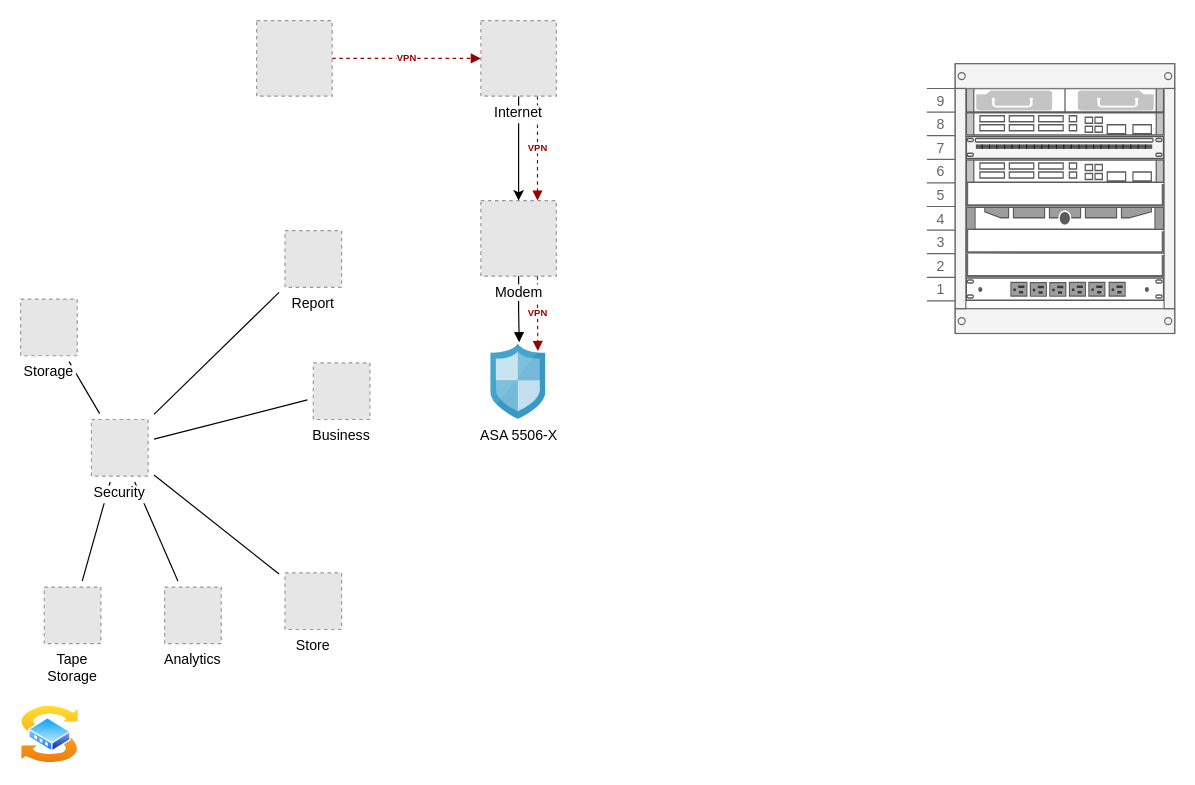
Before: Untitled Diagram.drawio in trae-horton/SOAR, a draw.io diagram. Source tidied: cells renumbered, new cells numbered last; positions are measured from the earlier drawing's top-left corner, leaving out a move shared by most shapes. Both pictures are drawn from the tidied source at 118%, with x=0, y=0 at pixel (20, 20). Pictures stored in the file or linked from it are replaced by grey dashed boxes.
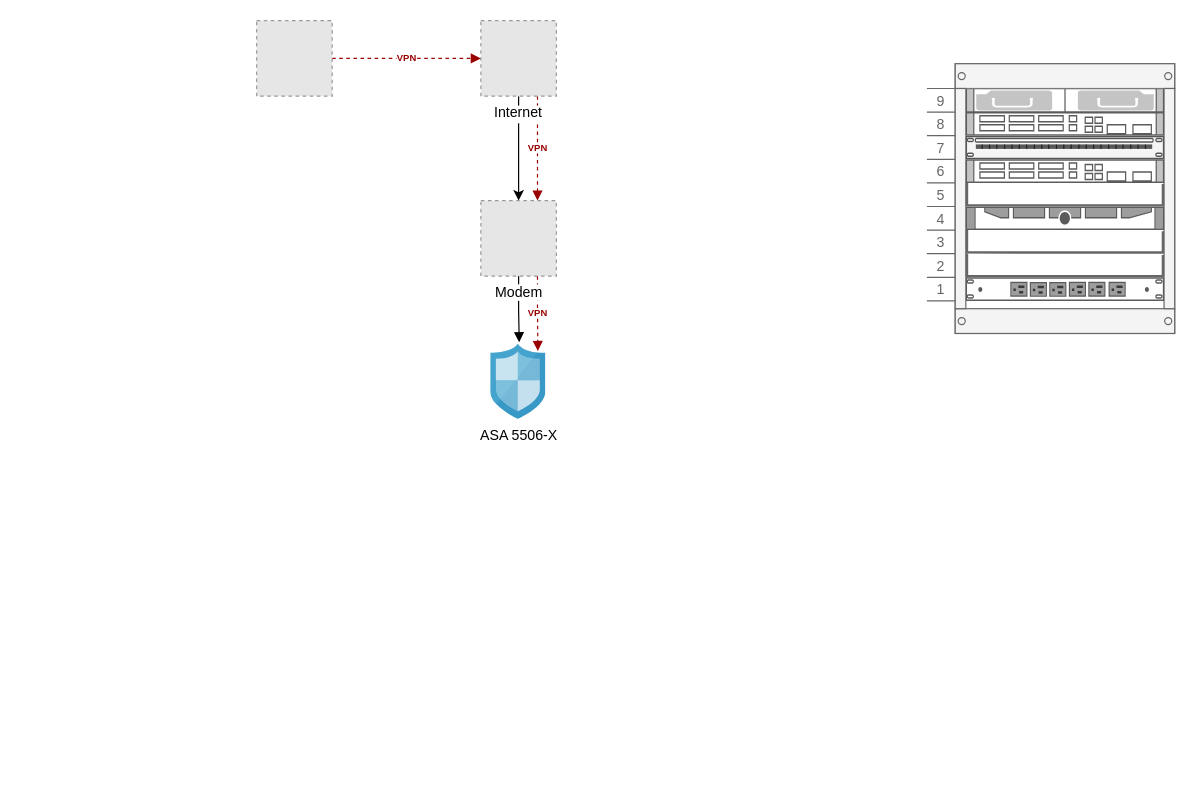
The same page after the edit.

Change to the diagram source:
```diff
@@
-    <mxCell id="2" style="edgeStyle=none;rounded=0;jettySize=auto;html=1;sourcePerimeterSpacing=5;endArrow=none;endFill=0;targetPerimeterSpacing=5;" parent="1" edge="1" source="17" target="10">
-      <mxGeometry relative="1" as="geometry" />
-    </mxCell>
-    <mxCell id="3" style="edgeStyle=none;rounded=0;jettySize=auto;html=1;sourcePerimeterSpacing=5;endArrow=none;endFill=0;targetPerimeterSpacing=5;" parent="1" edge="1" source="17" target="9">
-      <mxGeometry relative="1" as="geometry" />
-    </mxCell>
-    <mxCell id="4" style="edgeStyle=none;rounded=0;jettySize=auto;html=1;sourcePerimeterSpacing=5;endArrow=none;endFill=0;targetPerimeterSpacing=5;" parent="1" edge="1" source="17" target="16">
-      <mxGeometry relative="1" as="geometry" />
-    </mxCell>
-    <mxCell id="5" style="edgeStyle=none;rounded=0;jettySize=auto;html=1;sourcePerimeterSpacing=5;endArrow=none;endFill=0;targetPerimeterSpacing=5;" parent="1" edge="1" source="17" target="15">
-      <mxGeometry relative="1" as="geometry" />
-    </mxCell>
-    <mxCell id="6" style="edgeStyle=none;rounded=0;jettySize=auto;html=1;sourcePerimeterSpacing=5;endArrow=none;endFill=0;targetPerimeterSpacing=5;" parent="1" edge="1" source="17" target="8">
-      <mxGeometry relative="1" as="geometry" />
-    </mxCell>
-    <mxCell id="7" style="edgeStyle=none;rounded=0;jettySize=auto;html=1;sourcePerimeterSpacing=5;endArrow=none;endFill=0;targetPerimeterSpacing=5;" parent="1" edge="1" source="17" target="11">
-      <mxGeometry relative="1" as="geometry" />
-    </mxCell>
-    <mxCell id="8" value="Tape&#10;Storage" style="fillColor=#E6E6E6;strokeColor=#999999;dashed=1;verticalLabelPosition=bottom;verticalAlign=top;labelBackgroundColor=#ffffff;" parent="1" vertex="1">
-      <mxGeometry x="20" y="480" width="48" height="48" as="geometry" />
-    </mxCell>
-    <mxCell id="9" value="Business" style="fillColor=#E6E6E6;strokeColor=#999999;dashed=1;verticalLabelPosition=bottom;verticalAlign=top;labelBackgroundColor=#ffffff;" parent="1" vertex="1">
-      <mxGeometry x="248" y="290" width="48" height="48" as="geometry" />
-    </mxCell>
-    <mxCell id="10" value="Report" style="fillColor=#E6E6E6;strokeColor=#999999;dashed=1;verticalLabelPosition=bottom;verticalAlign=top;labelBackgroundColor=#ffffff;" parent="1" vertex="1">
-      <mxGeometry x="224" y="178" width="48" height="48" as="geometry" />
-    </mxCell>
-    <mxCell id="11" value="Storage" style="fillColor=#E6E6E6;strokeColor=#999999;dashed=1;verticalLabelPosition=bottom;verticalAlign=top;labelBackgroundColor=#ffffff;" parent="1" vertex="1">
-      <mxGeometry y="236" width="48" height="48" as="geometry" />
-    </mxCell>
@@
-    <mxCell id="15" value="Analytics" style="fillColor=#E6E6E6;strokeColor=#999999;dashed=1;verticalLabelPosition=bottom;verticalAlign=top;labelBackgroundColor=#ffffff;" parent="1" vertex="1">
-      <mxGeometry x="122" y="480" width="48" height="48" as="geometry" />
-    </mxCell>
-    <mxCell id="16" value="Store" style="fillColor=#E6E6E6;strokeColor=#999999;dashed=1;verticalLabelPosition=bottom;verticalAlign=top;labelBackgroundColor=#ffffff;" parent="1" vertex="1">
-      <mxGeometry x="224" y="468" width="48" height="48" as="geometry" />
-    </mxCell>
-    <mxCell id="17" value="Security" style="fillColor=#E6E6E6;strokeColor=#999999;dashed=1;verticalLabelPosition=bottom;verticalAlign=top;labelBackgroundColor=#ffffff;" parent="1" vertex="1">
-      <mxGeometry x="60" y="338" width="48" height="48" as="geometry" />
-    </mxCell>
@@
-    <mxCell id="22" style="perimeter=ellipsePerimeter;html=1;align=center;shadow=0;dashed=0;spacingTop=3;image;image=img/lib/active_directory/switch.svg;" parent="1" vertex="1">
-      <mxGeometry y="580" width="50" height="50" as="geometry" />
-    </mxCell>
```
